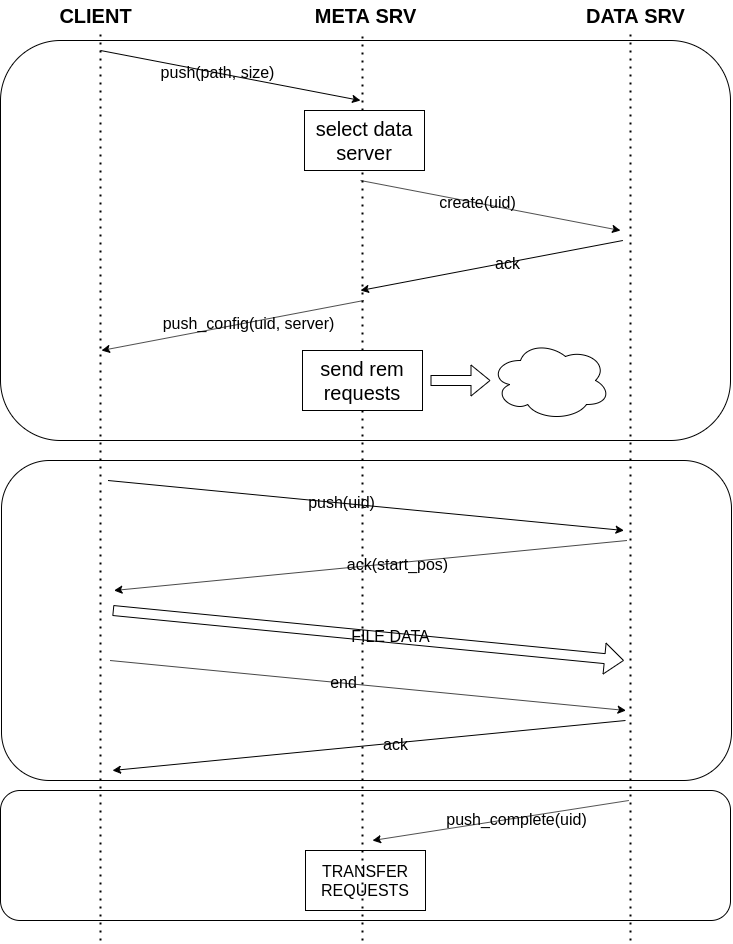
Before: diagrams/requests/push_request.png, a diagram exported from draw.io (ale99WGiais/tesina_iot). Source tidied: cells renumbered, new cells last; positions are measured from the earlier drawing's top-left corner, leaving out a move shared by most shapes.
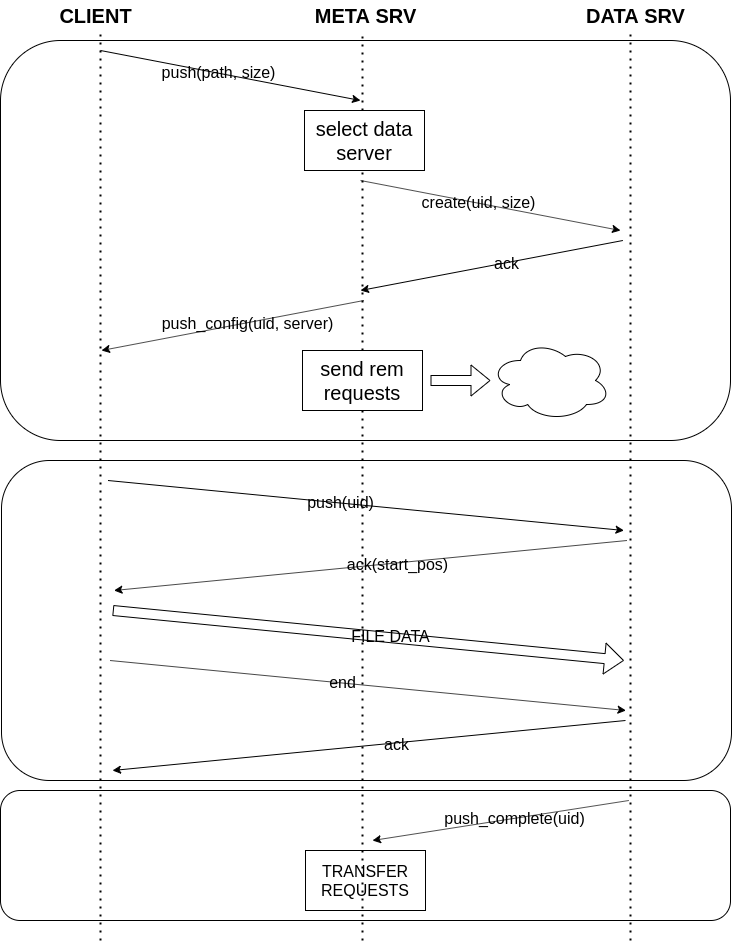
Later version of the same file.

What changed in the source:
```diff
@@ -40,7 +40,7 @@
         <mxPoint x="620" y="230" as="targetPoint" />
       </mxGeometry>
     </mxCell>
-    <mxCell id="12" value="create(uid)" style="edgeLabel;html=1;align=center;verticalAlign=middle;fontSize=16;" parent="11" vertex="1">
+    <mxCell id="12" value="create(uid, size)" style="edgeLabel;html=1;align=center;verticalAlign=middle;fontSize=16;" parent="11" vertex="1">
       <mxGeometry x="-0.1" y="1" relative="1" as="geometry" />
     </mxCell>
     <mxCell id="13" style="endArrow=classic;html=1;fontSize=16;" parent="1" edge="1">
```
